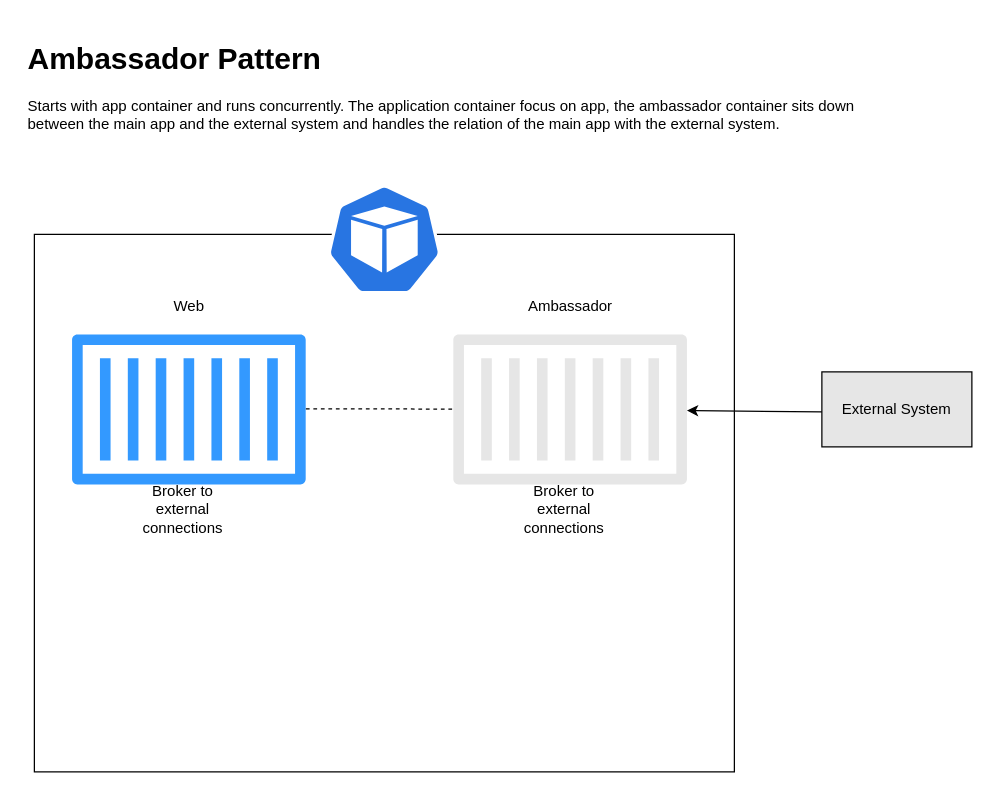
Above: page "Page-4" (4 of 4) of 06-k8s-patterns/03-structural/structural-patterns.drawio in Lemoncode/k8s-fundamentals (draw.io), before the change. Source tidied: cells renumbered, new cells numbered last; positions are measured from the earlier drawing's top-left corner, leaving out a move shared by most shapes. Both pictures are drawn from the tidied source at 125%, with x=0, y=0 at pixel (21, 34).
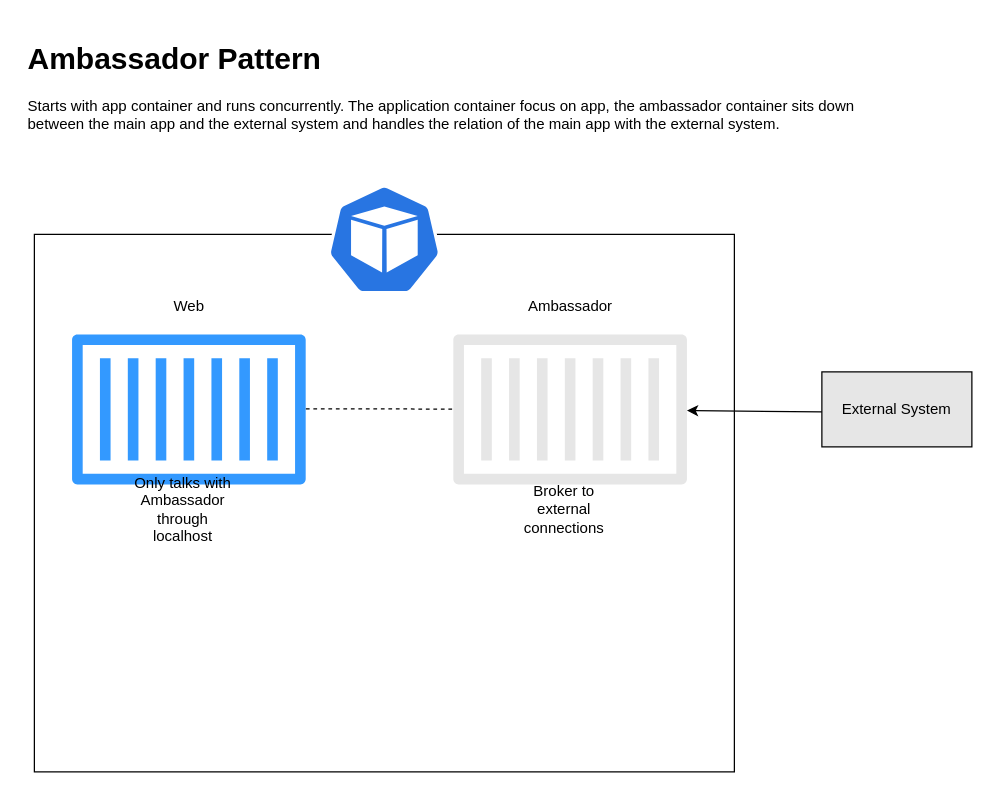
After the change.

Diff of the diagram source:
```diff
@@
 <mxGraphModel>
   <root>
     <mxCell id="0" />
     <mxCell id="1" parent="0" />
     <mxCell id="2" style="rounded=0;whiteSpace=wrap;html=1;fillColor=none;" parent="1" vertex="1">
       <mxGeometry x="10" y="160" width="560" height="430" as="geometry" />
     </mxCell>
     <mxCell id="3" value="&lt;h1&gt;Ambassador Pattern&lt;/h1&gt;&lt;p&gt;Starts with app container and runs concurrently. The application container focus on app, the ambassador container sits down between the main app and the external system and handles the relation of the main app with the external system.&lt;/p&gt;" style="text;html=1;strokeColor=none;fillColor=none;spacing=5;spacingTop=-20;whiteSpace=wrap;overflow=hidden;rounded=0;" parent="1" vertex="1">
       <mxGeometry width="690" height="120" as="geometry" />
     </mxCell>
     <mxCell id="4" style="html=1;dashed=0;whitespace=wrap;fillColor=#2875E2;strokeColor=#ffffff;shape=mxgraph.kubernetes.icon;prIcon=pod;" parent="1" vertex="1">
       <mxGeometry x="205" y="120" width="170" height="88" as="geometry" />
     </mxCell>
     <mxCell id="5" style="outlineConnect=0;fontColor=#232F3E;gradientColor=none;strokeColor=none;dashed=0;verticalLabelPosition=bottom;verticalAlign=top;align=center;html=1;fontSize=12;fontStyle=0;shape=mxgraph.aws4.container_1;fillColor=#E6E6E6;" parent="1" vertex="1">
       <mxGeometry x="345" y="240" width="187.2" height="120" as="geometry" />
     </mxCell>
     <mxCell id="6" style="fontColor=#232F3E;gradientColor=none;strokeColor=none;dashed=0;verticalLabelPosition=bottom;verticalAlign=top;align=center;html=1;fontSize=12;fontStyle=0;shape=mxgraph.aws4.container_1;fillColor=#3399FF;" parent="1" vertex="1">
       <mxGeometry x="40" y="240" width="187.2" height="120" as="geometry" />
     </mxCell>
     <mxCell id="7" value="Web" style="text;html=1;strokeColor=none;fillColor=none;align=center;verticalAlign=middle;whiteSpace=wrap;rounded=0;" parent="1" vertex="1">
       <mxGeometry x="83.6" y="208" width="100" height="20" as="geometry" />
     </mxCell>
     <mxCell id="8" value="Ambassador" style="text;html=1;strokeColor=none;fillColor=none;align=center;verticalAlign=middle;whiteSpace=wrap;rounded=0;" parent="1" vertex="1">
       <mxGeometry x="388.6" y="208" width="100" height="20" as="geometry" />
     </mxCell>
     <mxCell id="9" value="External System" style="rounded=0;whiteSpace=wrap;html=1;fillColor=#E6E6E6;" parent="1" vertex="1">
       <mxGeometry x="640" y="270" width="120" height="60" as="geometry" />
     </mxCell>
     <mxCell id="10" style="endArrow=classic;html=1;" parent="1" edge="1" target="5">
       <mxGeometry relative="1" as="geometry">
         <mxPoint x="640" y="302" as="sourcePoint" />
       </mxGeometry>
     </mxCell>
     <mxCell id="11" style="endArrow=none;dashed=1;html=1;" parent="1" edge="1" target="5">
       <mxGeometry relative="1" as="geometry">
         <mxPoint x="227.2" y="299.5" as="sourcePoint" />
       </mxGeometry>
     </mxCell>
     <mxCell id="12" value="Broker to external connections" style="text;html=1;strokeColor=none;fillColor=none;align=center;verticalAlign=middle;whiteSpace=wrap;rounded=0;" parent="1" vertex="1">
       <mxGeometry x="388.6" y="370" width="90" height="20" as="geometry" />
     </mxCell>
-    <mxCell id="13" value="Broker to external connections" style="text;html=1;strokeColor=none;fillColor=none;align=center;verticalAlign=middle;whiteSpace=wrap;rounded=0;" parent="1" vertex="1">
+    <mxCell id="13" value="Only talks with Ambassador through localhost" style="text;html=1;strokeColor=none;fillColor=none;align=center;verticalAlign=middle;whiteSpace=wrap;rounded=0;" parent="1" vertex="1">
       <mxGeometry x="83.6" y="370" width="90" height="20" as="geometry" />
     </mxCell>
   </root>
 </mxGraphModel>
```
